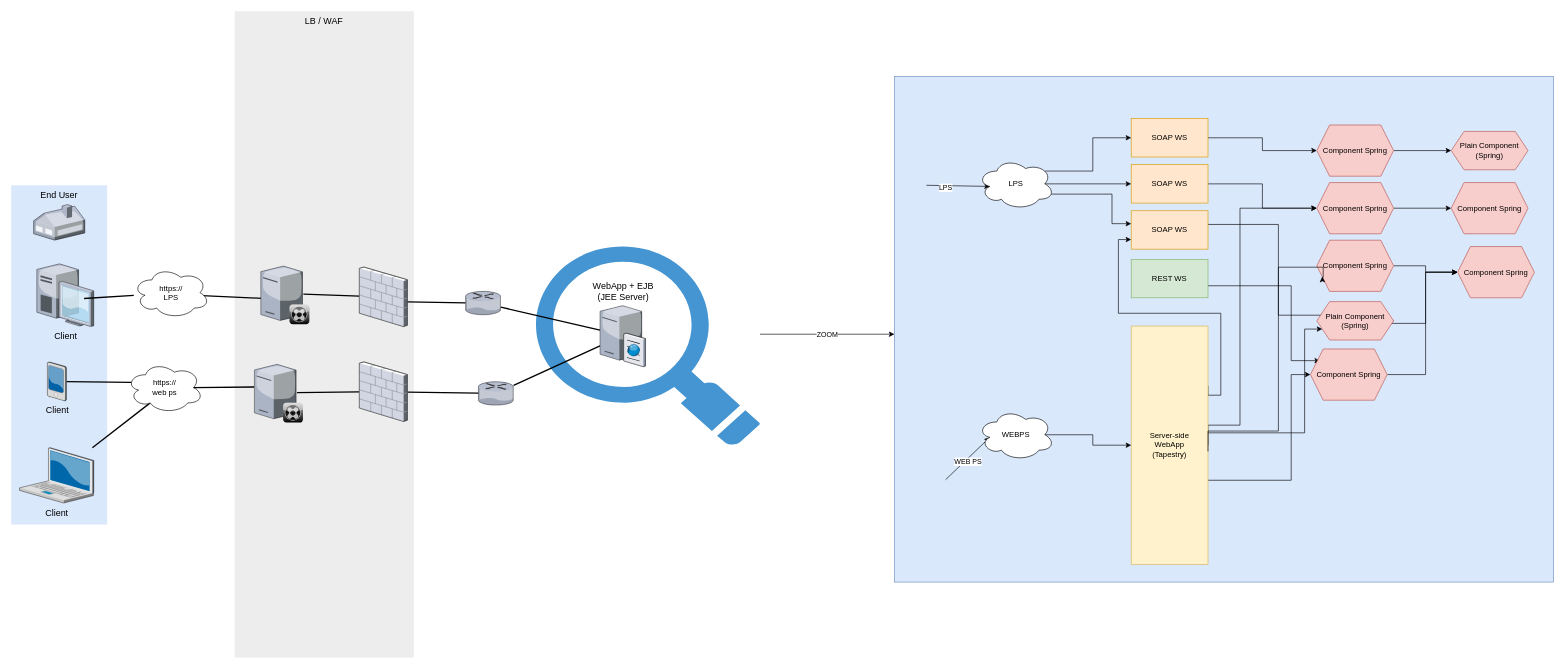
Earlier version of the draw.io diagram transformation etape 5.drawio (YannRobert/draw.io). Source tidied: cells renumbered, new cells numbered last; positions are measured from the earlier drawing's top-left corner, leaving out a move shared by most shapes. Both pictures are drawn from the tidied source at 64%, with x=0, y=0 at pixel (11, 11).
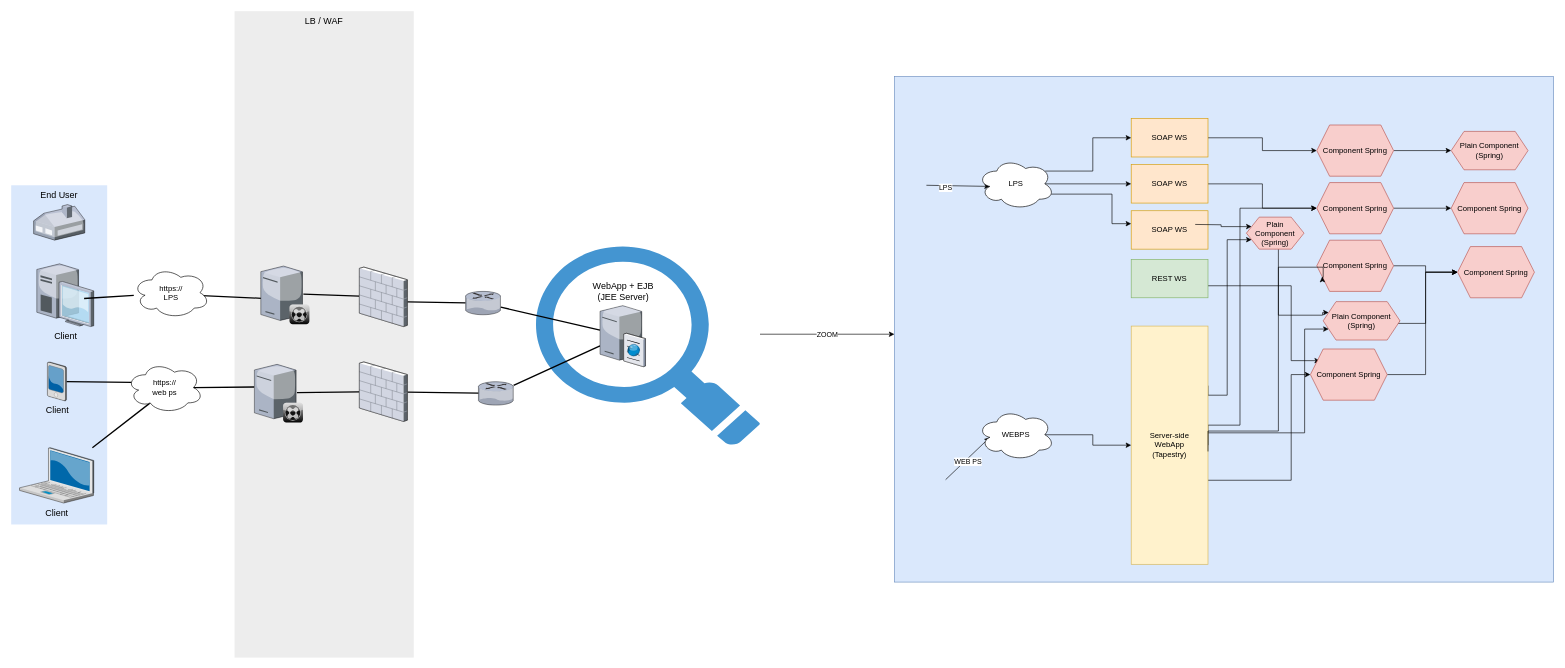
The same page after the edit.

Commit message:
Mettre à jour transformation etape 5.drawio

Unchanged cells that the change refers to:
```xml
<mxCell id="26" value="Server-side&lt;br&gt;WebApp&lt;br&gt;(Tapestry)" style="rounded=0;whiteSpace=wrap;html=1;fillColor=#fff2cc;strokeColor=#d6b656;" parent="1" vertex="1">
  <mxGeometry x="1750" y="492" width="120" height="372.2" as="geometry" />
</mxCell>
<mxCell id="28" value="SOAP WS" style="rounded=0;whiteSpace=wrap;html=1;fillColor=#ffe6cc;strokeColor=#d79b00;" parent="1" vertex="1">
  <mxGeometry x="1750" y="311.8" width="120" height="60" as="geometry" />
</mxCell>
```

What changed in the source:
```diff
@@
-    <mxCell id="25" style="edgeStyle=orthogonalEdgeStyle;rounded=0;jettySize=auto;html=1;exitX=1;exitY=0.25;exitDx=0;exitDy=0;entryX=0;entryY=0.75;entryDx=0;entryDy=0;" parent="1" edge="1" source="26" target="28">
+    <mxCell id="25" style="edgeStyle=orthogonalEdgeStyle;rounded=0;jettySize=auto;html=1;exitX=1;exitY=0.25;exitDx=0;exitDy=0;entryX=0;entryY=0.75;entryDx=0;entryDy=0;" parent="1" edge="1" source="26" target="69">
       <mxGeometry relative="1" as="geometry">
         <Array as="points">
-          <mxPoint x="1890" y="600" />
-          <mxPoint x="1890" y="472" />
-          <mxPoint x="1730" y="472" />
-          <mxPoint x="1730" y="357" />
+          <mxPoint x="1870" y="600" />
+          <mxPoint x="1900" y="600" />
+          <mxPoint x="1900" y="357" />
         </Array>
       </mxGeometry>
     </mxCell>
@@
-    <mxCell id="27" style="edgeStyle=orthogonalEdgeStyle;rounded=0;jettySize=auto;html=1;exitX=1;exitY=0.5;exitDx=0;exitDy=0;entryX=0;entryY=0.25;entryDx=0;entryDy=0;" parent="1" edge="1" target="48">
+    <mxCell id="27" style="edgeStyle=orthogonalEdgeStyle;rounded=0;jettySize=auto;html=1;exitX=0.5;exitY=1;exitDx=0;exitDy=0;entryX=0;entryY=0.25;entryDx=0;entryDy=0;" parent="1" edge="1" source="69" target="48">
       <mxGeometry relative="1" as="geometry">
-        <mxPoint x="1850" y="333.2" as="sourcePoint" />
         <Array as="points">
+          <mxPoint x="1975" y="333" />
           <mxPoint x="1980" y="333" />
           <mxPoint x="1980" y="475" />
           <mxPoint x="2049" y="475" />
+          <mxPoint x="2049" y="471" />
         </Array>
       </mxGeometry>
     </mxCell>
@@
     <mxCell id="48" value="Plain Component&lt;br&gt;(Spring)" style="shape=hexagon;perimeter=hexagonPerimeter2;whiteSpace=wrap;html=1;fixedSize=1;fillColor=#f8cecc;strokeColor=#b85450;" parent="1" vertex="1">
-      <mxGeometry x="2040" y="453.8" width="120" height="60" as="geometry" />
+      <mxGeometry x="2050" y="453.8" width="120" height="60" as="geometry" />
     </mxCell>
@@
+    <mxCell id="68" style="edgeStyle=orthogonalEdgeStyle;rounded=0;jettySize=auto;html=1;exitX=1;exitY=0.5;exitDx=0;exitDy=0;entryX=0;entryY=0.25;entryDx=0;entryDy=0;" parent="1" edge="1" target="69">
+      <mxGeometry relative="1" as="geometry">
+        <mxPoint x="1850" y="333.2" as="sourcePoint" />
+      </mxGeometry>
+    </mxCell>
+    <mxCell id="69" value="Plain Component&lt;br&gt;(Spring)" style="shape=hexagon;perimeter=hexagonPerimeter2;whiteSpace=wrap;html=1;fixedSize=1;fillColor=#f8cecc;strokeColor=#b85450;" parent="1" vertex="1">
+      <mxGeometry x="1930" y="321.8" width="90" height="50" as="geometry" />
+    </mxCell>
```
